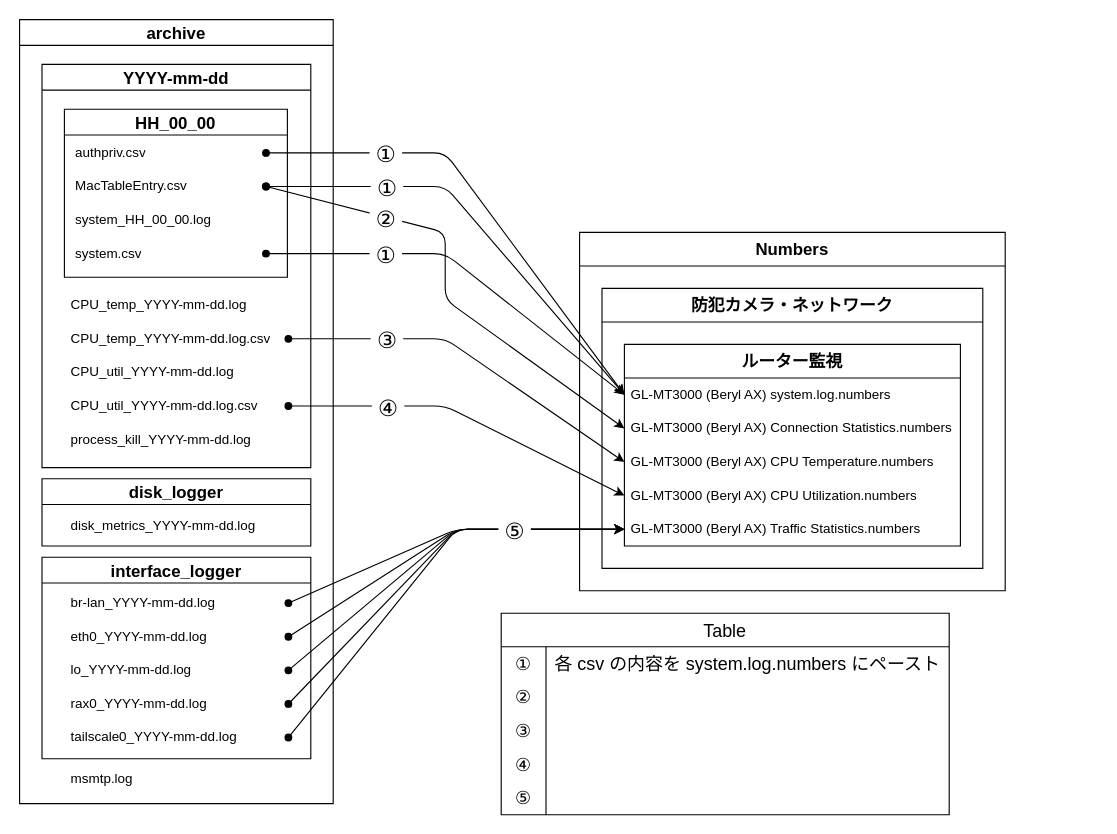
Earlier version of the draw.io diagram ネットワーク構成図/GL-MT3000 監視ログの整理フロー.drawio (virtualitypage/draw.io). Source tidied: cells renumbered, new cells numbered last; positions are measured from the earlier drawing's top-left corner, leaving out a move shared by most shapes. Both pictures are drawn from the tidied source at 112%, with x=0, y=0 at pixel (19, 19).
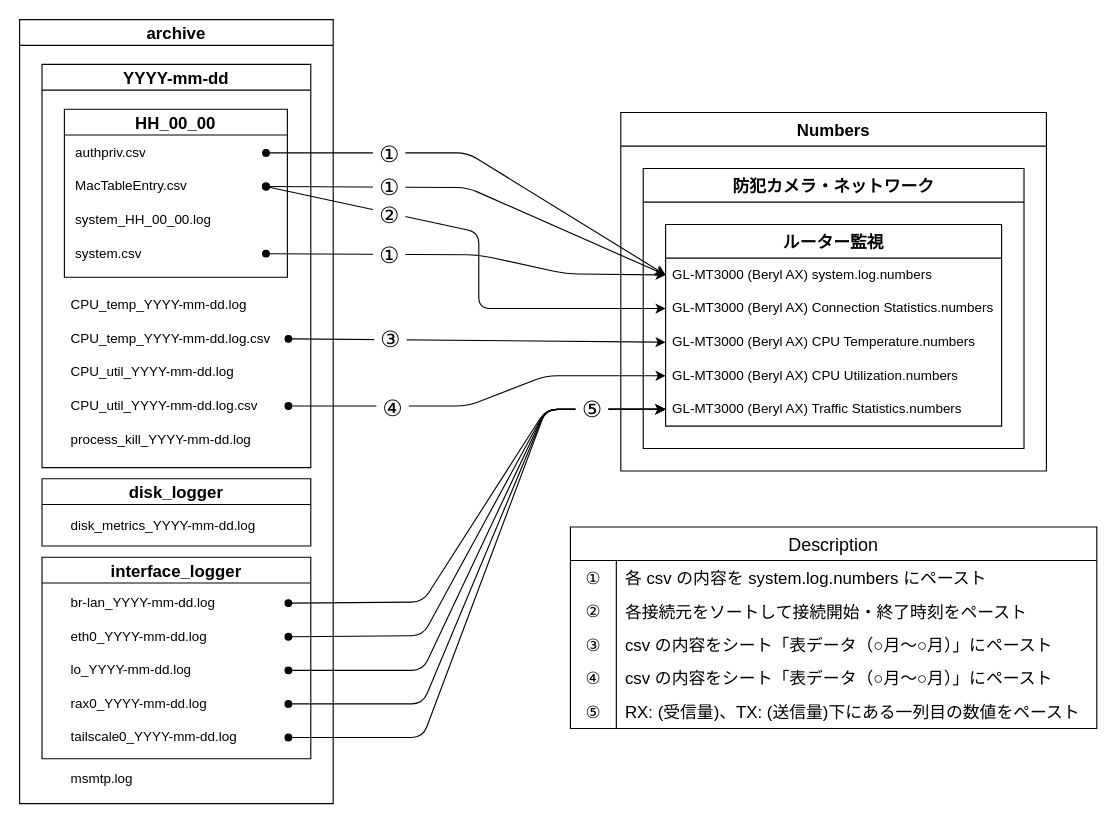
After the change.

Commit message:
GL-MT3000 監視ログの整理フロー.drawio を更新

The change refers to these unchanged cells:
```xml
<mxCell id="4" value="authpriv.csv" style="text;strokeColor=none;fillColor=none;align=left;verticalAlign=middle;spacingLeft=4;spacingRight=4;overflow=hidden;points=[[0,0.5],[1,0.5]];portConstraint=eastwest;whiteSpace=wrap;html=1;" parent="2" vertex="1">
  <mxGeometry x="4" y="24" width="176" height="30" as="geometry" />
</mxCell>
<mxCell id="5" value="MacTableEntry.csv" style="text;strokeColor=none;fillColor=none;align=left;verticalAlign=middle;spacingLeft=4;spacingRight=4;overflow=hidden;points=[[0,0.5],[1,0.5]];portConstraint=eastwest;whiteSpace=wrap;html=1;" parent="2" vertex="1">
  <mxGeometry x="4" y="54" width="176" height="30" as="geometry" />
</mxCell>
<mxCell id="7" value="system.csv" style="text;strokeColor=none;fillColor=none;align=left;verticalAlign=middle;spacingLeft=4;spacingRight=4;overflow=hidden;points=[[0,0.5],[1,0.5]];portConstraint=eastwest;whiteSpace=wrap;html=1;" parent="2" vertex="1">
  <mxGeometry x="4" y="114" width="176" height="30" as="geometry" />
</mxCell>
<mxCell id="10" value="CPU_util_YYYY-mm-dd.log.csv" style="text;strokeColor=none;fillColor=none;align=left;verticalAlign=middle;spacingLeft=4;spacingRight=4;overflow=hidden;points=[[0,0.5],[1,0.5]];portConstraint=eastwest;whiteSpace=wrap;html=1;" parent="1" vertex="1">
  <mxGeometry x="40" y="330" width="200" height="30" as="geometry" />
</mxCell>
<mxCell id="12" value="CPU_temp_YYYY-mm-dd.log.csv" style="text;strokeColor=none;fillColor=none;align=left;verticalAlign=middle;spacingLeft=4;spacingRight=4;overflow=hidden;points=[[0,0.5],[1,0.5]];portConstraint=eastwest;whiteSpace=wrap;html=1;" parent="1" vertex="1">
  <mxGeometry x="40" y="270" width="200" height="30" as="geometry" />
</mxCell>
<mxCell id="18" value="br-lan_YYYY-mm-dd.log" style="text;strokeColor=none;fillColor=none;align=left;verticalAlign=middle;spacingLeft=4;spacingRight=4;overflow=hidden;points=[[0,0.5],[1,0.5]];portConstraint=eastwest;whiteSpace=wrap;html=1;" parent="1" vertex="1">
  <mxGeometry x="40" y="506" width="200" height="30" as="geometry" />
</mxCell>
<mxCell id="19" value="eth0_YYYY-mm-dd.log" style="text;strokeColor=none;fillColor=none;align=left;verticalAlign=middle;spacingLeft=4;spacingRight=4;overflow=hidden;points=[[0,0.5],[1,0.5]];portConstraint=eastwest;whiteSpace=wrap;html=1;" parent="1" vertex="1">
  <mxGeometry x="40" y="536" width="200" height="30" as="geometry" />
</mxCell>
<mxCell id="20" value="lo_YYYY-mm-dd.log" style="text;strokeColor=none;fillColor=none;align=left;verticalAlign=middle;spacingLeft=4;spacingRight=4;overflow=hidden;points=[[0,0.5],[1,0.5]];portConstraint=eastwest;whiteSpace=wrap;html=1;" parent="1" vertex="1">
  <mxGeometry x="40" y="566" width="200" height="30" as="geometry" />
</mxCell>
<mxCell id="21" value="rax0_YYYY-mm-dd.log" style="text;strokeColor=none;fillColor=none;align=left;verticalAlign=middle;spacingLeft=4;spacingRight=4;overflow=hidden;points=[[0,0.5],[1,0.5]];portConstraint=eastwest;whiteSpace=wrap;html=1;" parent="1" vertex="1">
  <mxGeometry x="40" y="596" width="200" height="30" as="geometry" />
</mxCell>
<mxCell id="22" value="tailscale0_YYYY-mm-dd.log" style="text;strokeColor=none;fillColor=none;align=left;verticalAlign=middle;spacingLeft=4;spacingRight=4;overflow=hidden;points=[[0,0.5],[1,0.5]];portConstraint=eastwest;whiteSpace=wrap;html=1;" parent="1" vertex="1">
  <mxGeometry x="40" y="626" width="200" height="30" as="geometry" />
</mxCell>
<mxCell id="30" value="GL-MT3000 (Beryl AX) system.log.numbers" style="text;strokeColor=none;fillColor=none;align=left;verticalAlign=middle;spacingLeft=4;spacingRight=4;overflow=hidden;points=[[0,0.5],[1,0.5]];portConstraint=eastwest;whiteSpace=wrap;html=1;" parent="26" vertex="1">
  <mxGeometry x="20" y="80" width="300" height="30" as="geometry" />
</mxCell>
<mxCell id="31" value="GL-MT3000 (Beryl AX) CPU Temperature.numbers" style="text;strokeColor=none;fillColor=none;align=left;verticalAlign=middle;spacingLeft=4;spacingRight=4;overflow=hidden;points=[[0,0.5],[1,0.5]];portConstraint=eastwest;whiteSpace=wrap;html=1;" parent="26" vertex="1">
  <mxGeometry x="20" y="140" width="300" height="30" as="geometry" />
</mxCell>
<mxCell id="32" value="GL-MT3000 (Beryl AX) CPU Utilization.numbers" style="text;strokeColor=none;fillColor=none;align=left;verticalAlign=middle;spacingLeft=4;spacingRight=4;overflow=hidden;points=[[0,0.5],[1,0.5]];portConstraint=eastwest;whiteSpace=wrap;html=1;" parent="26" vertex="1">
  <mxGeometry x="20" y="170" width="300" height="30" as="geometry" />
</mxCell>
<mxCell id="33" value="GL-MT3000 (Beryl AX) Traffic Statistics.numbers" style="text;strokeColor=none;fillColor=none;align=left;verticalAlign=middle;spacingLeft=4;spacingRight=4;overflow=hidden;points=[[0,0.5],[1,0.5]];portConstraint=eastwest;whiteSpace=wrap;html=1;" parent="26" vertex="1">
  <mxGeometry x="20" y="200" width="300" height="30" as="geometry" />
</mxCell>
<mxCell id="34" value="GL-MT3000 (Beryl AX) Connection Statistics.numbers" style="text;strokeColor=none;fillColor=none;align=left;verticalAlign=middle;spacingLeft=4;spacingRight=4;overflow=hidden;points=[[0,0.5],[1,0.5]];portConstraint=eastwest;whiteSpace=wrap;html=1;" parent="26" vertex="1">
  <mxGeometry x="20" y="110" width="300" height="30" as="geometry" />
</mxCell>
```

The edit, as a diff of the source:
```diff
@@
     <mxCell id="24" style="group;fillColor=default;" parent="1" vertex="1">
-      <mxGeometry x="500" y="190" width="380" height="320" as="geometry" />
+      <mxGeometry x="536.8" y="83" width="380" height="320" as="geometry" />
     </mxCell>
@@
     <mxCell id="35" style="endArrow=classic;html=1;rounded=1;curved=0;entryX=0;entryY=0.5;entryDx=0;entryDy=0;startArrow=oval;startFill=1;exitX=1;exitY=0.5;exitDx=0;exitDy=0;" parent="1" edge="1" source="18" target="33">
       <mxGeometry relative="1" as="geometry">
         <Array as="points">
-          <mxPoint x="390" y="455" />
+          <mxPoint x="360" y="520" />
+          <mxPoint x="470" y="348" />
         </Array>
       </mxGeometry>
     </mxCell>
     <mxCell id="36" style="endArrow=classic;html=1;rounded=1;curved=0;startArrow=oval;startFill=1;exitX=1;exitY=0.5;exitDx=0;exitDy=0;entryX=0;entryY=0.5;entryDx=0;entryDy=0;" parent="1" edge="1" source="19" target="33">
       <mxGeometry relative="1" as="geometry">
         <Array as="points">
-          <mxPoint x="390" y="455" />
+          <mxPoint x="360" y="550" />
+          <mxPoint x="470" y="348" />
         </Array>
       </mxGeometry>
     </mxCell>
     <mxCell id="37" style="endArrow=classic;html=1;rounded=1;curved=0;startArrow=oval;startFill=1;exitX=1;exitY=0.5;exitDx=0;exitDy=0;entryX=0;entryY=0.5;entryDx=0;entryDy=0;" parent="1" edge="1" source="20" target="33">
       <mxGeometry relative="1" as="geometry">
         <Array as="points">
-          <mxPoint x="390" y="455" />
+          <mxPoint x="360" y="581" />
+          <mxPoint x="470" y="348" />
         </Array>
       </mxGeometry>
     </mxCell>
     <mxCell id="38" style="endArrow=classic;html=1;rounded=1;curved=0;startArrow=oval;startFill=1;exitX=1;exitY=0.5;exitDx=0;exitDy=0;entryX=0;entryY=0.5;entryDx=0;entryDy=0;" parent="1" edge="1" source="21" target="33">
       <mxGeometry relative="1" as="geometry">
         <Array as="points">
-          <mxPoint x="390" y="455" />
+          <mxPoint x="360" y="611" />
+          <mxPoint x="470" y="348" />
         </Array>
       </mxGeometry>
     </mxCell>
     <mxCell id="39" style="endArrow=classic;html=1;rounded=1;curved=0;startArrow=oval;startFill=1;exitX=1;exitY=0.5;exitDx=0;exitDy=0;entryX=0;entryY=0.5;entryDx=0;entryDy=0;" parent="1" edge="1" source="22" target="33">
       <mxGeometry relative="1" as="geometry">
         <Array as="points">
-          <mxPoint x="390" y="455" />
+          <mxPoint x="360" y="641" />
+          <mxPoint x="470" y="348" />
         </Array>
       </mxGeometry>
     </mxCell>
     <mxCell id="40" value="&lt;span style=&quot;font-size: 20px;&quot;&gt;&amp;nbsp;⑤&amp;nbsp;&lt;/span&gt;" style="edgeLabel;html=1;align=center;verticalAlign=middle;" parent="39" vertex="1">
       <mxGeometry x="0.51" y="-3" relative="1" as="geometry">
-        <mxPoint x="-4" y="-3" as="offset" />
+        <mxPoint x="46" y="-26" as="offset" />
       </mxGeometry>
     </mxCell>
     <mxCell id="41" style="endArrow=classic;html=1;rounded=1;curved=0;entryX=0;entryY=0.5;entryDx=0;entryDy=0;startArrow=oval;startFill=1;exitX=1;exitY=0.5;exitDx=0;exitDy=0;" parent="1" edge="1" source="5" target="30">
       <mxGeometry relative="1" as="geometry">
         <Array as="points">
-          <mxPoint x="380" y="149" />
+          <mxPoint x="400" y="150" />
         </Array>
       </mxGeometry>
     </mxCell>
     <mxCell id="42" value="&lt;span style=&quot;font-size: 20px;&quot;&gt;&amp;nbsp;①&amp;nbsp;&lt;/span&gt;" style="edgeLabel;html=1;align=center;verticalAlign=middle;" parent="41" vertex="1">
-      <mxGeometry x="-0.47" relative="1" as="geometry" />
+      <mxGeometry x="-0.47" relative="1" as="geometry">
+        <mxPoint x="11" y="-1" as="offset" />
+      </mxGeometry>
     </mxCell>
     <mxCell id="43" style="endArrow=classic;html=1;rounded=1;curved=0;entryX=0;entryY=0.5;entryDx=0;entryDy=0;startArrow=oval;startFill=1;exitX=1;exitY=0.5;exitDx=0;exitDy=0;" parent="1" edge="1" source="7" target="30">
       <mxGeometry relative="1" as="geometry">
         <Array as="points">
-          <mxPoint x="380" y="209" />
+          <mxPoint x="410" y="210" />
+          <mxPoint x="488" y="227" />
         </Array>
       </mxGeometry>
     </mxCell>
     <mxCell id="44" value="&lt;span style=&quot;font-size: 20px;&quot;&gt;&amp;nbsp;①&amp;nbsp;&lt;/span&gt;" style="edgeLabel;html=1;align=center;verticalAlign=middle;" parent="43" vertex="1">
       <mxGeometry x="-0.4" y="-2" relative="1" as="geometry">
-        <mxPoint x="-3" y="-2" as="offset" />
+        <mxPoint x="2" y="-2" as="offset" />
       </mxGeometry>
     </mxCell>
     <mxCell id="45" style="endArrow=classic;html=1;rounded=1;curved=0;entryX=0;entryY=0.5;entryDx=0;entryDy=0;startArrow=oval;startFill=1;exitX=1;exitY=0.5;exitDx=0;exitDy=0;" parent="1" edge="1" source="12" target="31">
-      <mxGeometry relative="1" as="geometry">
-        <Array as="points">
-          <mxPoint x="380" y="285" />
-        </Array>
-      </mxGeometry>
+      <mxGeometry relative="1" as="geometry" />
     </mxCell>
     <mxCell id="46" value="&lt;span style=&quot;font-size: 20px;&quot;&gt;&amp;nbsp;③&amp;nbsp;&lt;/span&gt;" style="edgeLabel;html=1;align=center;verticalAlign=middle;" parent="45" vertex="1">
       <mxGeometry x="-0.5" y="3" relative="1" as="geometry">
-        <mxPoint x="3" y="3" as="offset" />
+        <mxPoint x="6" y="2" as="offset" />
       </mxGeometry>
     </mxCell>
     <mxCell id="47" style="endArrow=classic;html=1;rounded=1;curved=0;entryX=0;entryY=0.5;entryDx=0;entryDy=0;startArrow=oval;startFill=1;exitX=1;exitY=0.5;exitDx=0;exitDy=0;" parent="1" edge="1" source="10" target="32">
       <mxGeometry relative="1" as="geometry">
         <Array as="points">
-          <mxPoint x="380" y="345" />
+          <mxPoint x="400" y="345" />
+          <mxPoint x="470" y="318" />
         </Array>
       </mxGeometry>
     </mxCell>
     <mxCell id="48" value="&lt;span style=&quot;font-size: 20px;&quot;&gt;&amp;nbsp;④&amp;nbsp;&lt;/span&gt;" style="edgeLabel;html=1;align=center;verticalAlign=middle;" parent="47" vertex="1">
       <mxGeometry x="-0.47" y="1" relative="1" as="geometry">
-        <mxPoint x="3" y="1" as="offset" />
+        <mxPoint x="1" y="1" as="offset" />
       </mxGeometry>
     </mxCell>
     <mxCell id="49" style="endArrow=classic;html=1;rounded=1;curved=0;startArrow=oval;startFill=1;exitX=1;exitY=0.5;exitDx=0;exitDy=0;entryX=0;entryY=0.5;entryDx=0;entryDy=0;" parent="1" edge="1" source="5" target="34">
       <mxGeometry relative="1" as="geometry">
         <Array as="points">
-          <mxPoint x="380" y="190" />
-          <mxPoint x="380" y="250" />
+          <mxPoint x="410" y="190" />
+          <mxPoint x="410" y="258" />
         </Array>
       </mxGeometry>
     </mxCell>
@@
     <mxCell id="51" style="endArrow=classic;html=1;rounded=1;curved=0;entryX=0;entryY=0.5;entryDx=0;entryDy=0;startArrow=oval;startFill=1;exitX=1;exitY=0.5;exitDx=0;exitDy=0;" parent="1" edge="1" source="4" target="30">
       <mxGeometry relative="1" as="geometry">
         <Array as="points">
-          <mxPoint x="380" y="119" />
+          <mxPoint x="400" y="119" />
         </Array>
       </mxGeometry>
     </mxCell>
     <mxCell id="52" value="&amp;nbsp;①&amp;nbsp;" style="edgeLabel;html=1;align=center;verticalAlign=middle;fontSize=20;" parent="51" vertex="1">
       <mxGeometry x="-0.44" y="1" relative="1" as="geometry">
-        <mxPoint x="-14" y="1" as="offset" />
+        <mxPoint y="1" as="offset" />
       </mxGeometry>
     </mxCell>
-    <mxCell id="53" value="Table" style="shape=table;startSize=30;childLayout=tableLayout;rowLines=0;fontStyle=0;strokeColor=default;fontSize=16;" parent="1" vertex="1">
-      <mxGeometry x="430" y="530" width="400" height="180" as="geometry" />
+    <mxCell id="53" value="Description" style="shape=table;startSize=30;childLayout=tableLayout;rowLines=0;fontStyle=0;strokeColor=default;fontSize=16;labelBackgroundColor=none;" parent="1" vertex="1">
+      <mxGeometry x="491.8" y="453" width="470" height="180" as="geometry" />
     </mxCell>
     <mxCell id="54" style="shape=tableRow;horizontal=0;startSize=0;swimlaneHead=0;swimlaneBody=0;top=0;left=0;bottom=0;right=0;fillColor=none;strokeColor=inherit;fontSize=16;" parent="53" vertex="1">
-      <mxGeometry y="30" width="400" height="30" as="geometry" />
+      <mxGeometry y="30" width="470" height="30" as="geometry" />
     </mxCell>
-    <mxCell id="55" value="①" style="shape=partialRectangle;html=1;whiteSpace=wrap;fillColor=none;top=0;left=0;bottom=0;right=0;overflow=hidden;strokeColor=inherit;fontSize=16;" parent="54" vertex="1">
-      <mxGeometry width="40" height="30" as="geometry" />
+    <mxCell id="55" value="①" style="shape=partialRectangle;html=1;whiteSpace=wrap;fillColor=none;top=0;left=0;bottom=0;right=0;overflow=hidden;strokeColor=inherit;fontSize=15;" parent="54" vertex="1">
+      <mxGeometry width="41" height="30" as="geometry" />
     </mxCell>
-    <mxCell id="56" value="各 csv の内容を&amp;nbsp;&lt;span style=&quot;font-size: 16px;&quot;&gt;system.log.numbers&amp;nbsp;&lt;/span&gt;にペースト" style="shape=partialRectangle;html=1;whiteSpace=wrap;fillColor=none;top=0;left=0;bottom=0;right=0;align=left;spacingLeft=6;overflow=hidden;strokeColor=inherit;fontSize=16;" parent="54" vertex="1">
-      <mxGeometry x="40" width="360" height="30" as="geometry" />
+    <mxCell id="56" value="各 csv の内容を&amp;nbsp;&lt;span style=&quot;font-size: 15px;&quot;&gt;system.log.numbers&amp;nbsp;&lt;/span&gt;にペースト" style="shape=partialRectangle;html=1;whiteSpace=wrap;fillColor=none;top=0;left=0;bottom=0;right=0;align=left;spacingLeft=6;overflow=hidden;strokeColor=inherit;fontSize=15;" parent="54" vertex="1">
+      <mxGeometry x="41" width="429" height="30" as="geometry" />
     </mxCell>
     <mxCell id="57" style="shape=tableRow;horizontal=0;startSize=0;swimlaneHead=0;swimlaneBody=0;top=0;left=0;bottom=0;right=0;fillColor=none;strokeColor=inherit;fontSize=16;" parent="53" vertex="1">
-      <mxGeometry y="60" width="400" height="30" as="geometry" />
+      <mxGeometry y="60" width="470" height="30" as="geometry" />
     </mxCell>
-    <mxCell id="58" value="②" style="shape=partialRectangle;html=1;whiteSpace=wrap;fillColor=none;top=0;left=0;bottom=0;right=0;overflow=hidden;strokeColor=inherit;fontSize=16;" parent="57" vertex="1">
-      <mxGeometry width="40" height="30" as="geometry" />
+    <mxCell id="58" value="②" style="shape=partialRectangle;html=1;whiteSpace=wrap;fillColor=none;top=0;left=0;bottom=0;right=0;overflow=hidden;strokeColor=inherit;fontSize=15;" parent="57" vertex="1">
+      <mxGeometry width="41" height="30" as="geometry" />
     </mxCell>
-    <mxCell id="59" style="shape=partialRectangle;html=1;whiteSpace=wrap;fillColor=none;top=0;left=0;bottom=0;right=0;align=left;spacingLeft=6;overflow=hidden;strokeColor=inherit;fontSize=16;" parent="57" vertex="1">
-      <mxGeometry x="40" width="360" height="30" as="geometry" />
+    <mxCell id="59" value="&lt;p style=&quot;margin: 0px; font-variant-numeric: normal; font-variant-east-asian: normal; font-variant-alternates: normal; font-size-adjust: none; font-kerning: auto; font-optical-sizing: auto; font-feature-settings: normal; font-variation-settings: normal; font-variant-position: normal; font-stretch: normal; line-height: normal; font-family: &amp;quot;Hiragino Sans&amp;quot;;&quot; class=&quot;p1&quot;&gt;&lt;font style=&quot;font-size: 15px;&quot;&gt;各接続元をソートして&lt;/font&gt;&lt;span style=&quot;font-size: 15px; background-color: initial;&quot;&gt;接続開始・終了&lt;/span&gt;&lt;span style=&quot;font-size: 15px; background-color: initial;&quot;&gt;時刻をペースト&lt;/span&gt;&lt;/p&gt;" style="shape=partialRectangle;html=1;whiteSpace=wrap;fillColor=none;top=0;left=0;bottom=0;right=0;align=left;spacingLeft=6;overflow=hidden;strokeColor=inherit;fontSize=16;" parent="57" vertex="1">
+      <mxGeometry x="41" width="429" height="30" as="geometry" />
     </mxCell>
     <mxCell id="60" style="shape=tableRow;horizontal=0;startSize=0;swimlaneHead=0;swimlaneBody=0;top=0;left=0;bottom=0;right=0;fillColor=none;strokeColor=inherit;fontSize=16;" parent="53" vertex="1">
-      <mxGeometry y="90" width="400" height="30" as="geometry" />
+      <mxGeometry y="90" width="470" height="30" as="geometry" />
     </mxCell>
-    <mxCell id="61" value="③" style="shape=partialRectangle;html=1;whiteSpace=wrap;fillColor=none;top=0;left=0;bottom=0;right=0;overflow=hidden;strokeColor=inherit;fontSize=16;" parent="60" vertex="1">
-      <mxGeometry width="40" height="30" as="geometry" />
+    <mxCell id="61" value="③" style="shape=partialRectangle;html=1;whiteSpace=wrap;fillColor=none;top=0;left=0;bottom=0;right=0;overflow=hidden;strokeColor=inherit;fontSize=15;" parent="60" vertex="1">
+      <mxGeometry width="41" height="30" as="geometry" />
     </mxCell>
-    <mxCell id="62" style="shape=partialRectangle;html=1;whiteSpace=wrap;fillColor=none;top=0;left=0;bottom=0;right=0;align=left;spacingLeft=6;overflow=hidden;strokeColor=inherit;fontSize=16;" parent="60" vertex="1">
-      <mxGeometry x="40" width="360" height="30" as="geometry" />
+    <mxCell id="62" value="&lt;p style=&quot;white-space-collapse: preserve; font-size: 15px; margin: 0px;&quot;&gt;csv の内容をシート「表データ（○月〜○月）」にペースト&lt;/p&gt;" style="shape=partialRectangle;html=1;whiteSpace=wrap;fillColor=none;top=0;left=0;bottom=0;right=0;align=left;spacingLeft=6;overflow=hidden;strokeColor=inherit;fontSize=15;" parent="60" vertex="1">
+      <mxGeometry x="41" width="429" height="30" as="geometry" />
     </mxCell>
     <mxCell id="63" style="shape=tableRow;horizontal=0;startSize=0;swimlaneHead=0;swimlaneBody=0;top=0;left=0;bottom=0;right=0;fillColor=none;strokeColor=inherit;fontSize=16;" parent="53" vertex="1">
-      <mxGeometry y="120" width="400" height="30" as="geometry" />
+      <mxGeometry y="120" width="470" height="30" as="geometry" />
     </mxCell>
-    <mxCell id="64" value="④" style="shape=partialRectangle;html=1;whiteSpace=wrap;fillColor=none;top=0;left=0;bottom=0;right=0;overflow=hidden;strokeColor=inherit;fontSize=16;" parent="63" vertex="1">
-      <mxGeometry width="40" height="30" as="geometry" />
+    <mxCell id="64" value="④" style="shape=partialRectangle;html=1;whiteSpace=wrap;fillColor=none;top=0;left=0;bottom=0;right=0;overflow=hidden;strokeColor=inherit;fontSize=15;" parent="63" vertex="1">
+      <mxGeometry width="41" height="30" as="geometry" />
     </mxCell>
-    <mxCell id="65" style="shape=partialRectangle;html=1;whiteSpace=wrap;fillColor=none;top=0;left=0;bottom=0;right=0;align=left;spacingLeft=6;overflow=hidden;strokeColor=inherit;fontSize=16;" parent="63" vertex="1">
-      <mxGeometry x="40" width="360" height="30" as="geometry" />
+    <mxCell id="65" value="&lt;span style=&quot;font-size: 15px; white-space-collapse: preserve;&quot;&gt;csv の内容をシート「表データ（○月〜○月）」にペースト&lt;/span&gt;" style="shape=partialRectangle;html=1;whiteSpace=wrap;fillColor=none;top=0;left=0;bottom=0;right=0;align=left;spacingLeft=6;overflow=hidden;strokeColor=inherit;fontSize=16;" parent="63" vertex="1">
+      <mxGeometry x="41" width="429" height="30" as="geometry" />
     </mxCell>
     <mxCell id="66" style="shape=tableRow;horizontal=0;startSize=0;swimlaneHead=0;swimlaneBody=0;top=0;left=0;bottom=0;right=0;fillColor=none;strokeColor=inherit;fontSize=16;" parent="53" vertex="1">
-      <mxGeometry y="150" width="400" height="30" as="geometry" />
+      <mxGeometry y="150" width="470" height="30" as="geometry" />
     </mxCell>
-    <mxCell id="67" value="⑤" style="shape=partialRectangle;html=1;whiteSpace=wrap;fillColor=none;top=0;left=0;bottom=0;right=0;overflow=hidden;strokeColor=inherit;fontSize=16;" parent="66" vertex="1">
-      <mxGeometry width="40" height="30" as="geometry" />
+    <mxCell id="67" value="⑤" style="shape=partialRectangle;html=1;whiteSpace=wrap;fillColor=none;top=0;left=0;bottom=0;right=0;overflow=hidden;strokeColor=inherit;fontSize=15;" parent="66" vertex="1">
+      <mxGeometry width="41" height="30" as="geometry" />
     </mxCell>
-    <mxCell id="68" style="shape=partialRectangle;html=1;whiteSpace=wrap;fillColor=none;top=0;left=0;bottom=0;right=0;align=left;spacingLeft=6;overflow=hidden;strokeColor=inherit;fontSize=16;" parent="66" vertex="1">
-      <mxGeometry x="40" width="360" height="30" as="geometry" />
+    <mxCell id="68" value="&lt;p style=&quot;white-space-collapse: preserve; font-size: 15px; margin: 0px;&quot;&gt;RX: (受信量)、TX: (送信量)下にある一列目の数値をペースト&lt;/p&gt;" style="shape=partialRectangle;html=1;whiteSpace=wrap;fillColor=none;top=0;left=0;bottom=0;right=0;align=left;spacingLeft=6;overflow=hidden;strokeColor=inherit;fontSize=15;" parent="66" vertex="1">
+      <mxGeometry x="41" width="429" height="30" as="geometry" />
     </mxCell>
```
